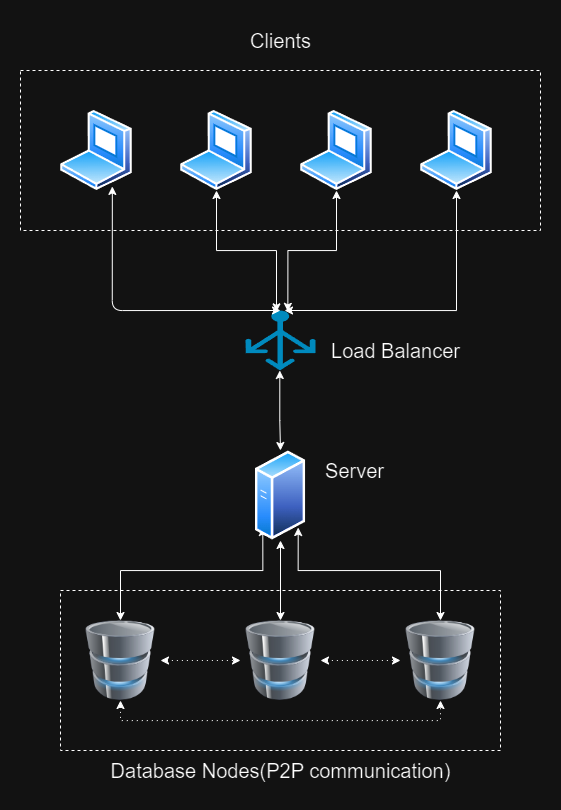
Before: ZossArchitecture.png, a diagram exported from draw.io (Dragan2402/zoss-23-24). Source tidied: cells renumbered, new cells last; positions are measured from the earlier drawing's top-left corner, leaving out a move shared by most shapes.
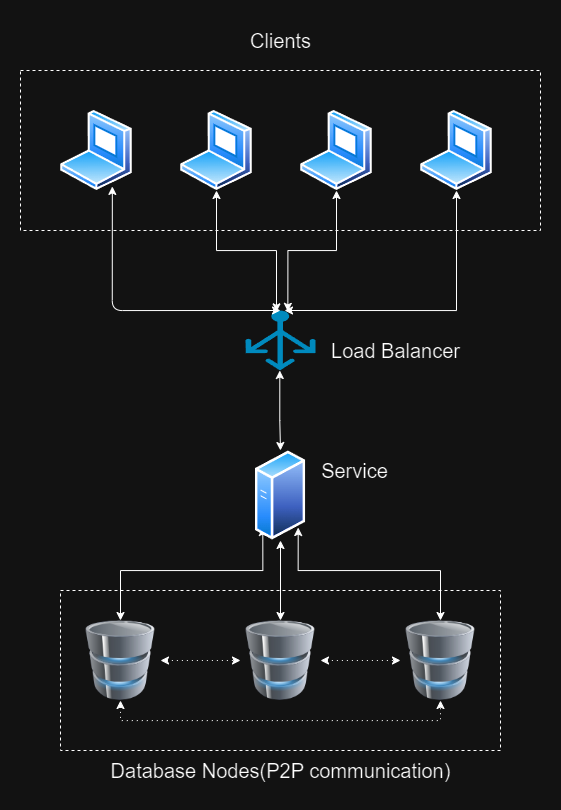
After the change.

The edit, as a diff of the source:
```diff
@@ -104,8 +104,8 @@
     <mxCell id="25" style="image;perimeter=ellipsePerimeter;html=1;align=center;shadow=0;dashed=0;spacingTop=3;image=img/lib/active_directory/generic_server.svg;" parent="1" vertex="1">
       <mxGeometry x="234.8" y="430" width="50.4" height="90" as="geometry" />
     </mxCell>
-    <mxCell id="26" value="&lt;font style=&quot;font-size: 20px;&quot;&gt;Server&lt;/font&gt;" style="text;html=1;align=center;verticalAlign=middle;strokeColor=none;fillColor=none;" parent="1" vertex="1">
-      <mxGeometry x="294" y="430" width="80" height="40" as="geometry" />
+    <mxCell id="26" value="&lt;font style=&quot;font-size: 20px;&quot;&gt;Service&lt;/font&gt;" style="text;html=1;align=center;verticalAlign=middle;strokeColor=none;fillColor=none;" parent="1" vertex="1">
+      <mxGeometry x="289" y="430" width="90" height="40" as="geometry" />
     </mxCell>
     <mxCell id="27" value="&lt;font style=&quot;font-size: 20px;&quot;&gt;Database Nodes(P2P communication)&lt;/font&gt;" style="text;html=1;align=center;verticalAlign=middle;strokeColor=none;fillColor=none;" parent="1" vertex="1">
       <mxGeometry x="80" y="730" width="360" height="40" as="geometry" />
```
